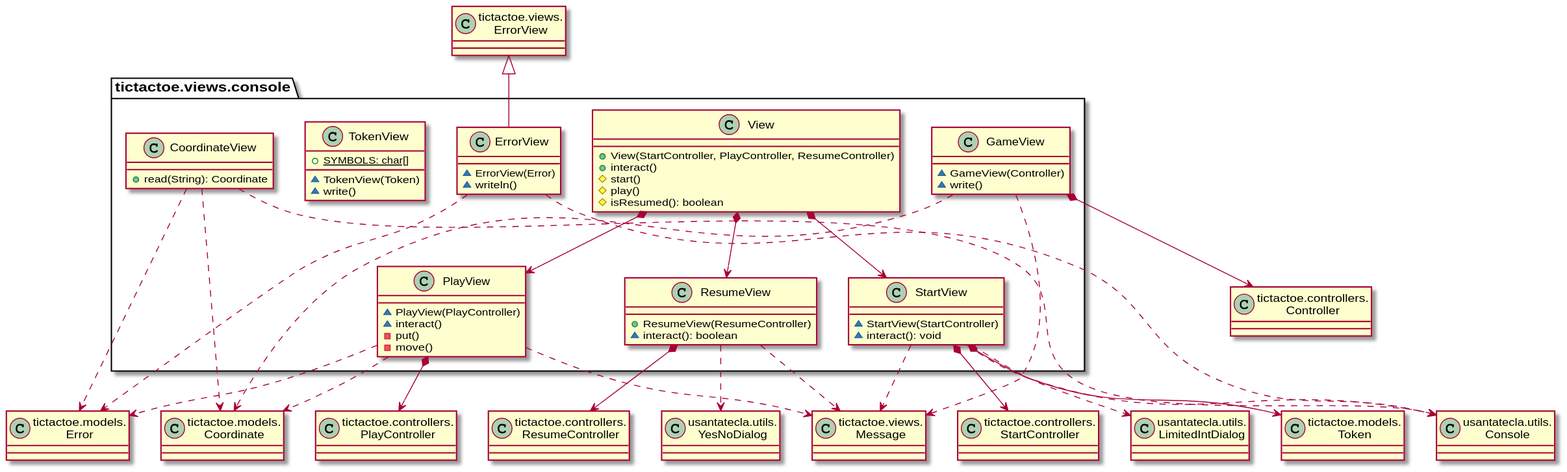
Above: modelViewPresenter/presentationModel/basic/docs/diagrams/out/paquetes/paqueteTicTacToeViewsConsole.svg in Jolucaa/USantaTecla-project-ticTacToe (PlantUML), before the change.
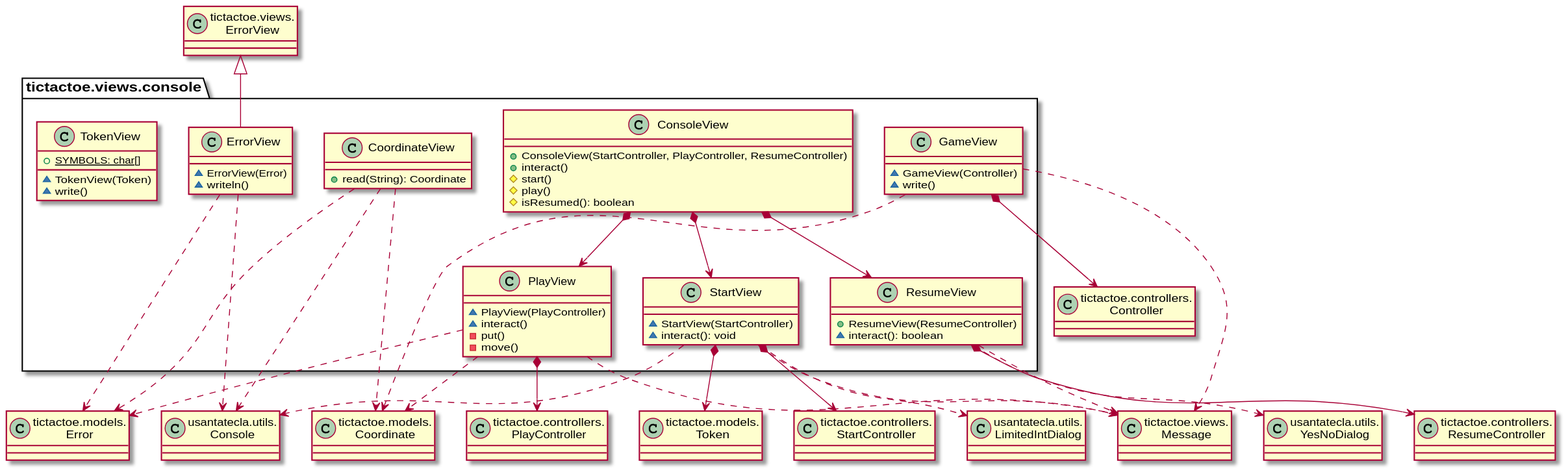
After the change.

What changed in the source:
```diff
@@ -11,6 +11,17 @@
 class Token as "tictactoe.models.\nToken" {}
 class Message as "tictactoe.views.\nMessage" {}
 class ErrorView as "tictactoe.views.\nErrorView" {}
+
+class tictactoe.views.console.ConsoleView{
++ ConsoleView(StartController, PlayController, ResumeController)
++ interact()
+# start()
+# play()
+# isResumed(): boolean
+}
+tictactoe.views.console.ConsoleView *-down-> tictactoe.views.console.StartView
+tictactoe.views.console.ConsoleView *-down-> tictactoe.views.console.PlayView
+tictactoe.views.console.ConsoleView *-down-> tictactoe.views.console.ResumeView
 
 class tictactoe.views.console.CoordinateView {
 + read(String): Coordinate
@@ -72,15 +83,4 @@
 }
 tictactoe.views.console.StartView *-down-> Token
 tictactoe.views.console.StartView .down.> Console
-
-class tictactoe.views.console.View{
-+ View(StartController, PlayController, ResumeController)
-+ interact()
-# start()
-# play()
-# isResumed(): boolean
-}
-tictactoe.views.console.View *-down-> tictactoe.views.console.StartView
-tictactoe.views.console.View *-down-> tictactoe.views.console.PlayView
-tictactoe.views.console.View *-down-> tictactoe.views.console.ResumeView
 @enduml
```
